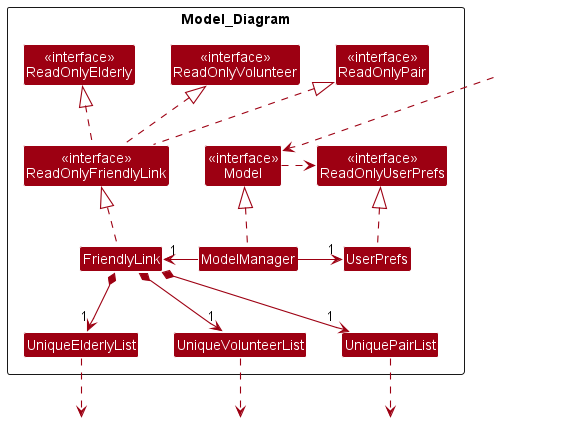
Above: docs/images/developerGuide/ModelDiagram.png in nus-cs2103-AY2223S2/tp (PlantUML), before the change. The source it was exported from:
```plantuml
@startuml
!include ../style.puml
skinparam arrowThickness 1.1
skinparam arrowColor MODEL_COLOR
skinparam classBackgroundColor MODEL_COLOR

Package Model_Diagram <<Rectangle>>{
Class "<<interface>>\nReadOnlyFriendlyLink" as ReadOnlyFriendlyLink
Class "<<interface>>\nReadOnlyElderly" as ReadOnlyElderly
Class "<<interface>>\nReadOnlyVolunteer" as ReadOnlyVolunteer
Class "<<interface>>\nReadOnlyPair" as ReadOnlyPair
Class "<<interface>>\nReadOnlyUserPrefs" as ReadOnlyUserPrefs
Class "<<interface>>\nModel" as Model
Class FriendlyLink
Class ModelManager
Class UserPrefs
Class UniqueElderlyList
Class UniqueVolunteerList
Class UniquePairList
}

Class HiddenOutside #FFFFFF
HiddenOutside ..> Model

ReadOnlyFriendlyLink .up.|> ReadOnlyElderly
ReadOnlyFriendlyLink .up.|> ReadOnlyVolunteer
ReadOnlyFriendlyLink .up.|> ReadOnlyPair

FriendlyLink .up.|> ReadOnlyFriendlyLink

ModelManager .up.|> Model
Model .right.> ReadOnlyUserPrefs

ModelManager -left-> "1" FriendlyLink
ModelManager -right-> "1" UserPrefs
UserPrefs .up.|> ReadOnlyUserPrefs

FriendlyLink *-down-> "1" UniqueElderlyList
FriendlyLink *-down-> "1" UniqueVolunteerList
FriendlyLink *-down-> "1" UniquePairList

Class Outside1 #FFFFFF
UniqueElderlyList ..> Outside1

Class Outside2 #FFFFFF
UniqueVolunteerList ..> Outside2

Class Outside3 #FFFFFF
UniquePairList ..> Outside3

@enduml
```
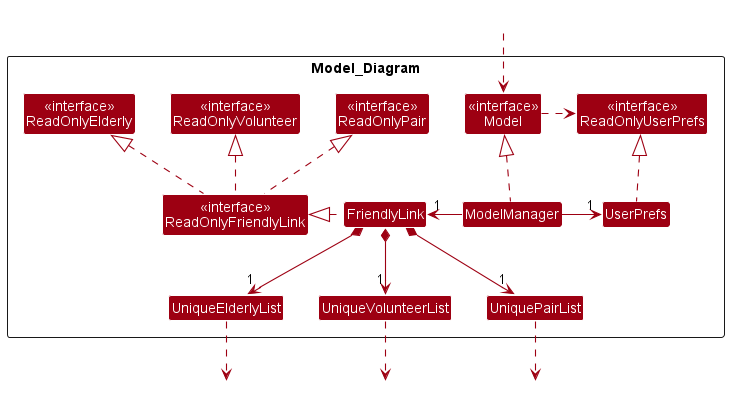
Above is the later version.

Commit message:
Adjust image for Model Diagram

What changed in the source:
```diff
@@ -22,11 +22,11 @@
 Class HiddenOutside #FFFFFF
 HiddenOutside ..> Model
 
+FriendlyLink .left.|> ReadOnlyFriendlyLink
+
 ReadOnlyFriendlyLink .up.|> ReadOnlyElderly
 ReadOnlyFriendlyLink .up.|> ReadOnlyVolunteer
 ReadOnlyFriendlyLink .up.|> ReadOnlyPair
-
-FriendlyLink .up.|> ReadOnlyFriendlyLink
 
 ModelManager .up.|> Model
 Model .right.> ReadOnlyUserPrefs
```
